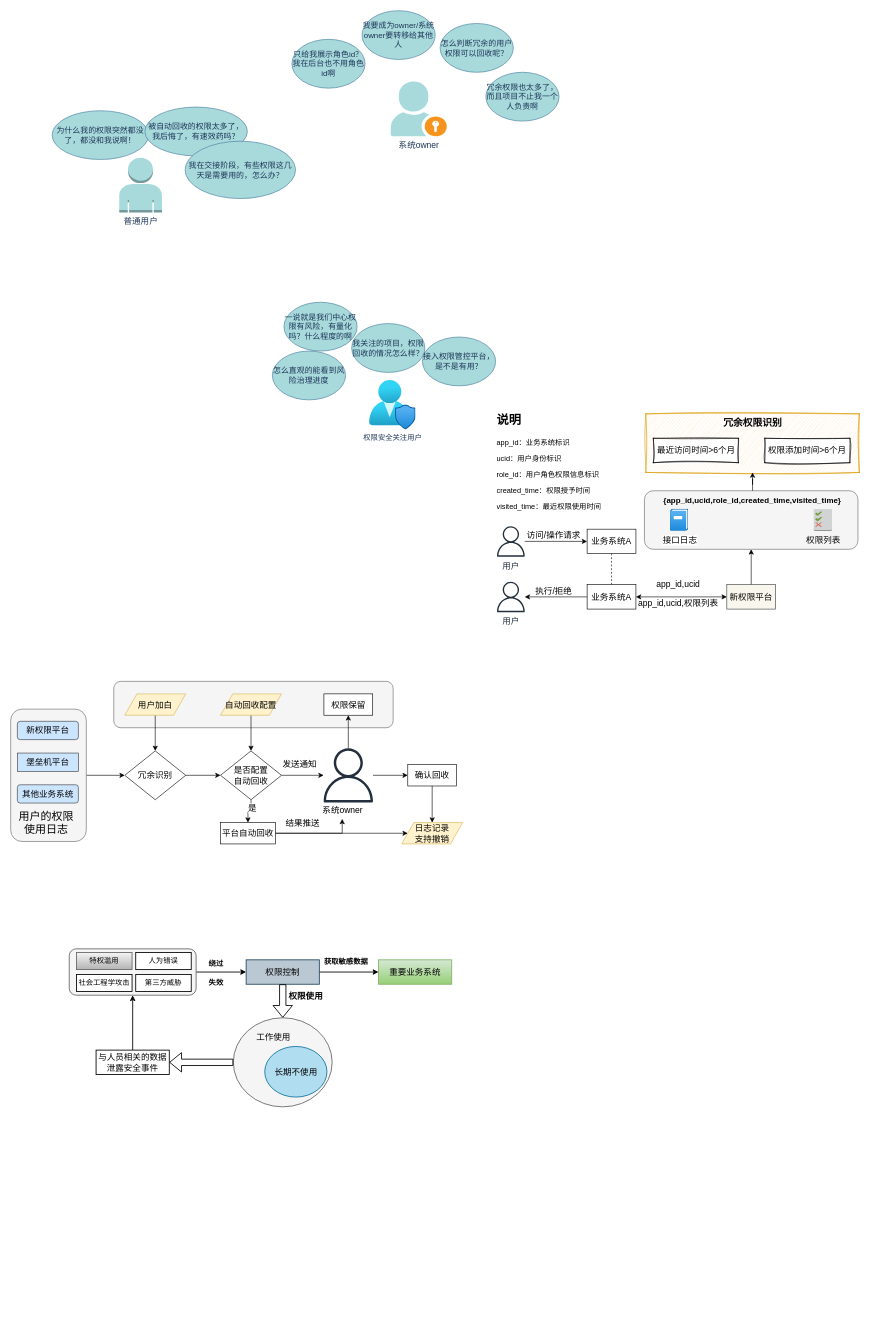
The draw.io diagram page "遇到的问题" (10 of 14) of 权限审计.drawio in zpxiao-ios/hello-world, before the edit. Source tidied: cells renumbered, new cells numbered last; positions are measured from the earlier drawing's top-left corner, leaving out a move shared by most shapes. Both pictures are drawn from the tidied source at 61%, with x=0, y=0 at pixel (10, 10).
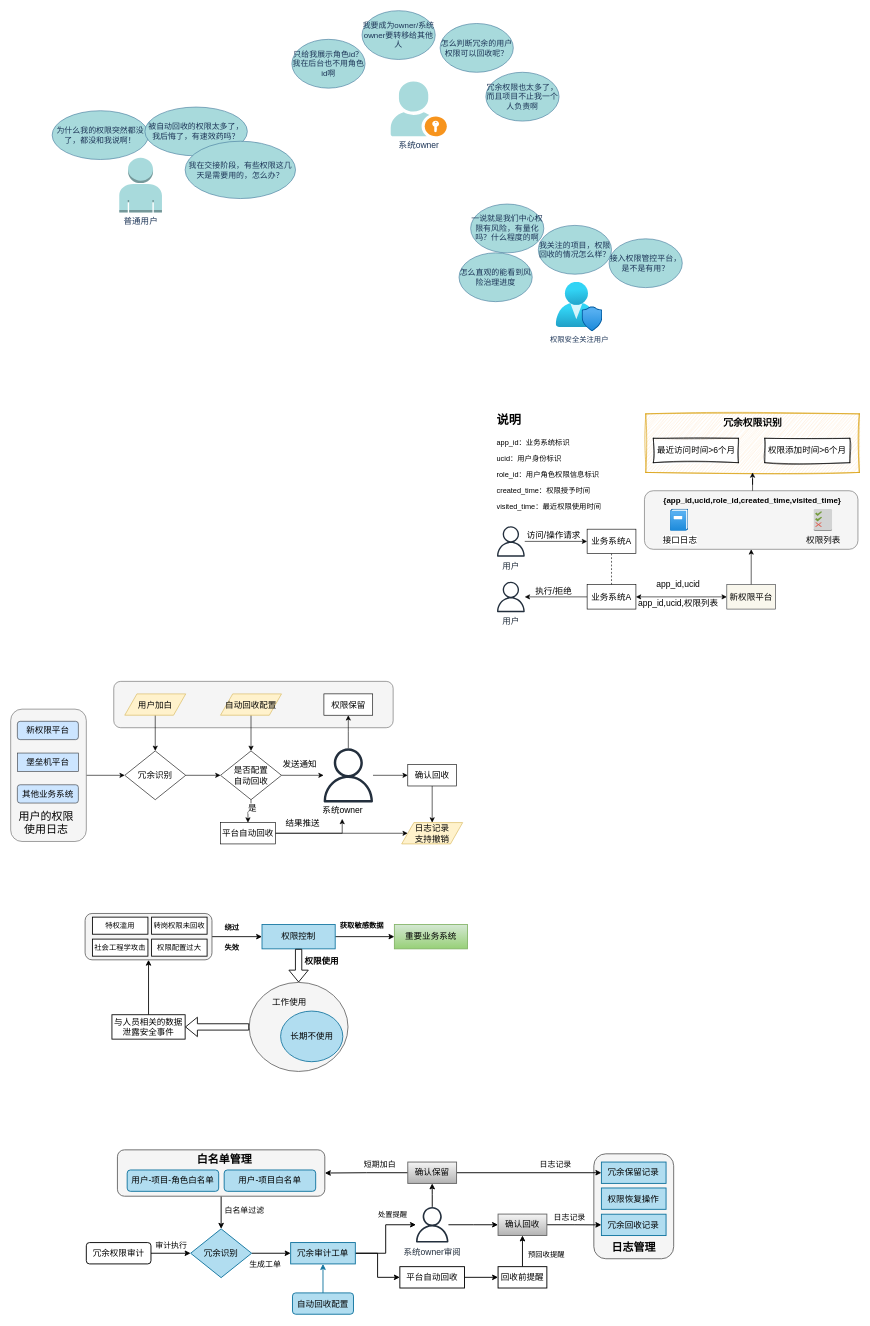
Above is the later version.

Commit message:
更新权限审计.drawio

The edit, as a diff of the source:
```diff
@@
+    <mxCell id="90" style="rounded=1;whiteSpace=wrap;html=1;fillColor=#f5f5f5;strokeColor=#666666;fontSize=14;strokeWidth=1.5;fontColor=#333333;" parent="1" vertex="1">
+      <mxGeometry x="956" y="1874" width="130.9" height="172" as="geometry" />
+    </mxCell>
@@
     <mxCell id="13" value="权限安全关注用户" style="image;html=1;align=center;fontSize=12;image=img/lib/azure2/management_governance/User_Privacy.svg;strokeColor=#457B9D;fontColor=#1D3557;fillColor=#A8DADC;labelBackgroundColor=none;" parent="1" vertex="1">
-      <mxGeometry x="588" y="606" width="76.2" height="81" as="geometry" />
+      <mxGeometry x="894" y="445" width="76.2" height="81" as="geometry" />
     </mxCell>
     <mxCell id="14" value="一说就是我们中心权限有风险，有量化吗？什么程度的啊" style="ellipse;whiteSpace=wrap;html=1;strokeColor=#457B9D;fontColor=#1D3557;fillColor=#A8DADC;fontSize=13;labelBackgroundColor=none;" parent="1" vertex="1">
-      <mxGeometry x="448" y="478" width="120" height="80" as="geometry" />
+      <mxGeometry x="754" y="317" width="120" height="80" as="geometry" />
     </mxCell>
     <mxCell id="15" value="怎么直观的能看到风险治理进度" style="ellipse;whiteSpace=wrap;html=1;strokeColor=#457B9D;fontColor=#1D3557;fillColor=#A8DADC;fontSize=13;labelBackgroundColor=none;" parent="1" vertex="1">
-      <mxGeometry x="429" y="558" width="120" height="80" as="geometry" />
+      <mxGeometry x="735" y="397" width="120" height="80" as="geometry" />
     </mxCell>
     <mxCell id="16" value="我关注的项目，权限回收的情况怎么样？" style="ellipse;whiteSpace=wrap;html=1;strokeColor=#457B9D;fontColor=#1D3557;fillColor=#A8DADC;fontSize=13;labelBackgroundColor=none;" parent="1" vertex="1">
-      <mxGeometry x="559" y="513" width="120" height="80" as="geometry" />
+      <mxGeometry x="865" y="352" width="120" height="80" as="geometry" />
     </mxCell>
     <mxCell id="17" value="接入权限管控平台，是不是有用？" style="ellipse;whiteSpace=wrap;html=1;strokeColor=#457B9D;fontColor=#1D3557;fillColor=#A8DADC;fontSize=13;labelBackgroundColor=none;" parent="1" vertex="1">
-      <mxGeometry x="675" y="535" width="120" height="80" as="geometry" />
+      <mxGeometry x="981" y="374" width="120" height="80" as="geometry" />
     </mxCell>
@@
     <mxCell id="47" style="ellipse;whiteSpace=wrap;html=1;strokeWidth=1.4;fontSize=14;fillColor=#f5f5f5;strokeColor=#666666;fontColor=#333333;" parent="1" vertex="1">
-      <mxGeometry x="365" y="1651" width="162" height="146" as="geometry" />
+      <mxGeometry x="391" y="1593" width="162" height="146" as="geometry" />
     </mxCell>
     <mxCell id="48" value="长期不使用" style="ellipse;whiteSpace=wrap;html=1;strokeWidth=1.4;fontSize=14;fillColor=#b1ddf0;strokeColor=#10739e;" parent="1" vertex="1">
-      <mxGeometry x="416.5" y="1698" width="102" height="83" as="geometry" />
+      <mxGeometry x="442.5" y="1640" width="102" height="83" as="geometry" />
     </mxCell>
     <mxCell id="49" value="工作使用" style="text;html=1;align=center;verticalAlign=middle;whiteSpace=wrap;rounded=0;strokeWidth=1.4;fontSize=14;" parent="1" vertex="1">
-      <mxGeometry x="401" y="1668" width="60" height="30" as="geometry" />
+      <mxGeometry x="427" y="1610" width="60" height="30" as="geometry" />
     </mxCell>
@@
     <mxCell id="51" value="与人员相关的数据泄露安全事件" style="rounded=0;whiteSpace=wrap;html=1;strokeWidth=1.4;fontSize=14;" parent="1" vertex="1">
-      <mxGeometry x="140" y="1704" width="120" height="40" as="geometry" />
+      <mxGeometry x="166" y="1646" width="120" height="40" as="geometry" />
     </mxCell>
@@
     <mxCell id="54" style="rounded=1;whiteSpace=wrap;html=1;fontSize=14;strokeWidth=1.4;fillColor=#f5f5f5;fontColor=#333333;strokeColor=#666666;" parent="1" vertex="1">
-      <mxGeometry x="96" y="1538" width="208" height="76" as="geometry" />
+      <mxGeometry x="122" y="1480" width="208" height="76" as="geometry" />
     </mxCell>
-    <mxCell id="55" value="特权滥用" style="rounded=0;whiteSpace=wrap;html=1;strokeWidth=1.4;fontSize=12;fillColor=#f5f5f5;gradientColor=#b3b3b3;strokeColor=#666666;" parent="1" vertex="1">
-      <mxGeometry x="108" y="1544" width="91" height="28" as="geometry" />
+    <mxCell id="55" value="特权滥用" style="rounded=0;whiteSpace=wrap;html=1;strokeWidth=1.4;fontSize=12;" parent="1" vertex="1">
+      <mxGeometry x="134" y="1486" width="91" height="28" as="geometry" />
     </mxCell>
-    <mxCell id="56" value="人为错误" style="rounded=0;whiteSpace=wrap;html=1;strokeWidth=1.4;fontSize=12;" parent="1" vertex="1">
-      <mxGeometry x="205" y="1544" width="91" height="28" as="geometry" />
+    <mxCell id="56" value="转岗权限未回收" style="rounded=0;whiteSpace=wrap;html=1;strokeWidth=1.4;fontSize=12;" parent="1" vertex="1">
+      <mxGeometry x="231" y="1486" width="91" height="28" as="geometry" />
     </mxCell>
     <mxCell id="57" value="社会工程学攻击" style="rounded=0;whiteSpace=wrap;html=1;strokeWidth=1.4;fontSize=12;" parent="1" vertex="1">
-      <mxGeometry x="108" y="1580" width="91" height="28" as="geometry" />
+      <mxGeometry x="134" y="1522" width="91" height="28" as="geometry" />
     </mxCell>
-    <mxCell id="58" value="第三方威胁" style="rounded=0;whiteSpace=wrap;html=1;strokeWidth=1.4;fontSize=12;" parent="1" vertex="1">
-      <mxGeometry x="205" y="1580" width="91" height="28" as="geometry" />
+    <mxCell id="58" value="权限配置过大" style="rounded=0;whiteSpace=wrap;html=1;strokeWidth=1.4;fontSize=12;" parent="1" vertex="1">
+      <mxGeometry x="231" y="1522" width="91" height="28" as="geometry" />
     </mxCell>
@@
-    <mxCell id="60" value="权限控制" style="rounded=0;whiteSpace=wrap;html=1;strokeWidth=1.4;fontSize=14;fillColor=#bac8d3;strokeColor=#23445d;" parent="1" vertex="1">
-      <mxGeometry x="386" y="1556" width="120" height="40" as="geometry" />
+    <mxCell id="60" value="权限控制" style="rounded=0;whiteSpace=wrap;html=1;strokeWidth=1.4;fontSize=14;fillColor=#b1ddf0;strokeColor=#10739e;" parent="1" vertex="1">
+      <mxGeometry x="412" y="1498" width="120" height="40" as="geometry" />
     </mxCell>
-    <mxCell id="61" value="重要业务系统" style="rounded=0;whiteSpace=wrap;html=1;strokeWidth=1.4;fontSize=14;fillColor=#d5e8d4;gradientColor=#97d077;strokeColor=#82b366;" parent="1" vertex="1">
-      <mxGeometry x="603" y="1556" width="120" height="40" as="geometry" />
+    <mxCell id="61" value="重要业务系统" style="rounded=0;whiteSpace=wrap;html=1;strokeWidth=1.4;fontSize=14;fillColor=#d5e8d4;strokeColor=#82b366;gradientColor=#97d077;" parent="1" vertex="1">
+      <mxGeometry x="629" y="1498" width="120" height="40" as="geometry" />
     </mxCell>
@@
     <mxCell id="63" value="权限使用" style="text;html=1;align=center;verticalAlign=middle;whiteSpace=wrap;rounded=0;strokeWidth=1.4;fontSize=14;fontStyle=1;" parent="1" vertex="1">
-      <mxGeometry x="454" y="1601" width="60" height="30" as="geometry" />
+      <mxGeometry x="480" y="1543" width="60" height="30" as="geometry" />
     </mxCell>
     <mxCell id="64" value="获取敏感数据" style="text;html=1;align=center;verticalAlign=middle;whiteSpace=wrap;rounded=0;fontStyle=1;" parent="1" vertex="1">
-      <mxGeometry x="509" y="1544" width="81.5" height="30" as="geometry" />
+      <mxGeometry x="535" y="1486" width="81.5" height="30" as="geometry" />
     </mxCell>
     <mxCell id="65" value="绕过" style="text;html=1;align=center;verticalAlign=middle;whiteSpace=wrap;rounded=0;fontStyle=1;" parent="1" vertex="1">
-      <mxGeometry x="296" y="1547" width="81.5" height="30" as="geometry" />
+      <mxGeometry x="322" y="1489" width="81.5" height="30" as="geometry" />
     </mxCell>
     <mxCell id="66" value="失效" style="text;html=1;align=center;verticalAlign=middle;whiteSpace=wrap;rounded=0;fontStyle=1;" parent="1" vertex="1">
-      <mxGeometry x="296" y="1579" width="81.5" height="30" as="geometry" />
+      <mxGeometry x="322" y="1521" width="81.5" height="30" as="geometry" />
     </mxCell>
@@
+    <mxCell id="91" style="edgeStyle=orthogonalEdgeStyle;rounded=0;jettySize=auto;html=1;entryX=0;entryY=0.5;entryDx=0;entryDy=0;fontSize=14;strokeWidth=1.5;" parent="1" edge="1" source="92" target="102">
+      <mxGeometry relative="1" as="geometry" />
+    </mxCell>
+    <mxCell id="92" value="冗余识别" style="rhombus;whiteSpace=wrap;html=1;fontSize=14;fillColor=#b1ddf0;strokeColor=#10739e;strokeWidth=1.5;" parent="1" vertex="1">
+      <mxGeometry x="295" y="1997" width="100" height="80" as="geometry" />
+    </mxCell>
+    <mxCell id="93" style="edgeStyle=orthogonalEdgeStyle;rounded=0;jettySize=auto;html=1;entryX=0;entryY=0.5;entryDx=0;entryDy=0;fontSize=14;strokeWidth=1.5;" parent="1" edge="1" source="94" target="92">
+      <mxGeometry relative="1" as="geometry" />
+    </mxCell>
+    <mxCell id="94" value="冗余权限审计" style="rounded=1;whiteSpace=wrap;html=1;fontSize=14;strokeWidth=1.5;" parent="1" vertex="1">
+      <mxGeometry x="124" y="2019.5" width="106" height="35" as="geometry" />
+    </mxCell>
+    <mxCell id="95" style="edgeStyle=orthogonalEdgeStyle;rounded=0;jettySize=auto;html=1;exitX=0.5;exitY=1;exitDx=0;exitDy=0;entryX=0.5;entryY=0;entryDx=0;entryDy=0;strokeWidth=1.5;" parent="1" edge="1" source="96" target="92">
+      <mxGeometry relative="1" as="geometry" />
+    </mxCell>
+    <mxCell id="96" style="rounded=1;whiteSpace=wrap;html=1;fontSize=14;fillColor=#f5f5f5;strokeColor=#666666;strokeWidth=1.5;fontColor=#333333;" parent="1" vertex="1">
+      <mxGeometry x="175" y="1867.5" width="340" height="76" as="geometry" />
+    </mxCell>
+    <mxCell id="97" value="&lt;font style=&quot;font-size: 18px;&quot;&gt;白名单管理&lt;/font&gt;" style="text;html=1;align=center;verticalAlign=middle;strokeColor=none;fillColor=none;fontSize=14;fontStyle=1;strokeWidth=1.5;" parent="1" vertex="1">
+      <mxGeometry x="296" y="1866.5" width="108" height="34" as="geometry" />
+    </mxCell>
+    <mxCell id="98" value="用户-项目白名单" style="rounded=1;whiteSpace=wrap;html=1;fontSize=14;strokeWidth=1.5;fillColor=#b1ddf0;strokeColor=#10739e;" parent="1" vertex="1">
+      <mxGeometry x="350" y="1900.5" width="150" height="35" as="geometry" />
+    </mxCell>
+    <mxCell id="99" value="用户-项目-角色白名单" style="rounded=1;whiteSpace=wrap;html=1;fontSize=14;strokeWidth=1.5;fillColor=#b1ddf0;strokeColor=#10739e;" parent="1" vertex="1">
+      <mxGeometry x="191" y="1900.5" width="150" height="35" as="geometry" />
+    </mxCell>
+    <mxCell id="100" style="edgeStyle=orthogonalEdgeStyle;rounded=0;jettySize=auto;html=1;entryX=0;entryY=0.5;entryDx=0;entryDy=0;fontSize=14;strokeWidth=1.5;" parent="1" edge="1" source="102" target="106">
+      <mxGeometry relative="1" as="geometry" />
+    </mxCell>
+    <mxCell id="101" style="edgeStyle=orthogonalEdgeStyle;rounded=0;jettySize=auto;html=1;fontSize=14;strokeWidth=1.5;" parent="1" edge="1" source="102" target="118">
+      <mxGeometry relative="1" as="geometry" />
+    </mxCell>
+    <mxCell id="102" value="冗余审计工单" style="rounded=0;whiteSpace=wrap;html=1;fontSize=14;fillColor=#b1ddf0;strokeColor=#10739e;strokeWidth=1.5;" parent="1" vertex="1">
+      <mxGeometry x="459" y="2019.5" width="106" height="35" as="geometry" />
+    </mxCell>
+    <mxCell id="103" style="edgeStyle=orthogonalEdgeStyle;rounded=0;jettySize=auto;html=1;entryX=0.5;entryY=1;entryDx=0;entryDy=0;fontSize=14;strokeWidth=1.5;fillColor=#b1ddf0;strokeColor=#10739e;" parent="1" edge="1" source="104" target="102">
+      <mxGeometry relative="1" as="geometry" />
+    </mxCell>
+    <mxCell id="104" value="自动回收配置" style="rounded=1;whiteSpace=wrap;html=1;fontSize=14;fillColor=#b1ddf0;strokeColor=#10739e;strokeWidth=1.5;" parent="1" vertex="1">
+      <mxGeometry x="462" y="2102" width="100" height="35" as="geometry" />
+    </mxCell>
+    <mxCell id="105" style="edgeStyle=orthogonalEdgeStyle;rounded=0;jettySize=auto;html=1;fontSize=14;strokeWidth=1.5;" parent="1" edge="1" source="106" target="120">
+      <mxGeometry relative="1" as="geometry" />
+    </mxCell>
+    <mxCell id="106" value="平台自动回收" style="rounded=0;whiteSpace=wrap;html=1;fontSize=14;strokeWidth=1.5;" parent="1" vertex="1">
+      <mxGeometry x="638" y="2059" width="106" height="35" as="geometry" />
+    </mxCell>
+    <mxCell id="107" style="edgeStyle=orthogonalEdgeStyle;rounded=0;jettySize=auto;html=1;entryX=0;entryY=0.5;entryDx=0;entryDy=0;fontSize=14;strokeWidth=1.5;" parent="1" edge="1" source="108" target="113">
+      <mxGeometry relative="1" as="geometry" />
+    </mxCell>
+    <mxCell id="108" value="确认回收" style="rounded=0;whiteSpace=wrap;html=1;fontSize=14;strokeWidth=1.5;fillColor=#f5f5f5;gradientColor=#b3b3b3;strokeColor=#666666;" parent="1" vertex="1">
+      <mxGeometry x="799" y="1972.8" width="80" height="35" as="geometry" />
+    </mxCell>
+    <mxCell id="109" style="edgeStyle=orthogonalEdgeStyle;rounded=0;jettySize=auto;html=1;entryX=1;entryY=0.5;entryDx=0;entryDy=0;fontSize=14;strokeWidth=1.5;" parent="1" edge="1" source="111" target="96">
+      <mxGeometry relative="1" as="geometry" />
+    </mxCell>
+    <mxCell id="110" style="edgeStyle=orthogonalEdgeStyle;rounded=0;jettySize=auto;html=1;entryX=0;entryY=0.5;entryDx=0;entryDy=0;fontSize=14;strokeWidth=1.5;" parent="1" edge="1" source="111" target="114">
+      <mxGeometry relative="1" as="geometry" />
+    </mxCell>
+    <mxCell id="111" value="确认保留" style="rounded=0;whiteSpace=wrap;html=1;fontSize=14;strokeWidth=1.5;fillColor=#f5f5f5;strokeColor=#666666;gradientColor=#b3b3b3;" parent="1" vertex="1">
+      <mxGeometry x="651" y="1887.5" width="80" height="35" as="geometry" />
+    </mxCell>
+    <mxCell id="112" value="&lt;font style=&quot;font-size: 18px;&quot;&gt;日志管理&lt;/font&gt;" style="text;html=1;align=center;verticalAlign=middle;strokeColor=none;fillColor=none;fontSize=18;fontStyle=1;strokeWidth=1.5;" parent="1" vertex="1">
+      <mxGeometry x="976.4" y="2011" width="90" height="34" as="geometry" />
+    </mxCell>
+    <mxCell id="113" value="冗余回收记录" style="rounded=0;whiteSpace=wrap;html=1;fontSize=14;strokeWidth=1.5;fillColor=#b1ddf0;strokeColor=#10739e;" parent="1" vertex="1">
+      <mxGeometry x="968.4" y="1973" width="106" height="35" as="geometry" />
+    </mxCell>
+    <mxCell id="114" value="冗余保留记录" style="rounded=0;whiteSpace=wrap;html=1;fontSize=14;strokeWidth=1.5;fillColor=#b1ddf0;strokeColor=#10739e;" parent="1" vertex="1">
+      <mxGeometry x="968.4" y="1887.5" width="106" height="35" as="geometry" />
+    </mxCell>
+    <mxCell id="115" value="权限恢复操作" style="rounded=0;whiteSpace=wrap;html=1;fontSize=14;strokeWidth=1.5;fillColor=#b1ddf0;strokeColor=#10739e;" parent="1" vertex="1">
+      <mxGeometry x="968.4" y="1930" width="106" height="35" as="geometry" />
+    </mxCell>
+    <mxCell id="116" style="edgeStyle=orthogonalEdgeStyle;rounded=0;jettySize=auto;html=1;entryX=0.5;entryY=1;entryDx=0;entryDy=0;fontSize=14;strokeWidth=1.5;" parent="1" edge="1" source="118" target="111">
+      <mxGeometry relative="1" as="geometry" />
+    </mxCell>
+    <mxCell id="117" style="edgeStyle=orthogonalEdgeStyle;rounded=0;jettySize=auto;html=1;entryX=0;entryY=0.5;entryDx=0;entryDy=0;fontSize=14;strokeWidth=1.5;" parent="1" edge="1" source="118" target="108">
+      <mxGeometry relative="1" as="geometry" />
+    </mxCell>
+    <mxCell id="118" value="系统owner审阅" style="sketch=0;outlineConnect=0;fontColor=#232F3E;gradientColor=none;fillColor=#232F3D;strokeColor=none;dashed=0;verticalLabelPosition=bottom;verticalAlign=top;align=center;html=1;fontSize=14;fontStyle=0;shape=mxgraph.aws4.user;strokeWidth=1.5;" parent="1" vertex="1">
+      <mxGeometry x="661.8" y="1961" width="58.5" height="58.5" as="geometry" />
+    </mxCell>
+    <mxCell id="119" style="edgeStyle=orthogonalEdgeStyle;rounded=0;jettySize=auto;html=1;entryX=0.5;entryY=1;entryDx=0;entryDy=0;fontSize=14;strokeWidth=1.5;" parent="1" edge="1" source="120" target="108">
+      <mxGeometry relative="1" as="geometry" />
+    </mxCell>
+    <mxCell id="120" value="回收前提醒" style="rounded=0;whiteSpace=wrap;html=1;fontSize=14;strokeWidth=1.5;" parent="1" vertex="1">
+      <mxGeometry x="799" y="2059" width="80" height="35" as="geometry" />
+    </mxCell>
+    <mxCell id="121" value="审计执行" style="text;html=1;align=center;verticalAlign=middle;strokeColor=none;fillColor=none;fontSize=13;strokeWidth=1.5;" parent="1" vertex="1">
+      <mxGeometry x="228" y="2010" width="70" height="28" as="geometry" />
+    </mxCell>
+    <mxCell id="122" value="白名单过滤" style="text;html=1;align=center;verticalAlign=middle;whiteSpace=wrap;rounded=0;fontSize=13;strokeWidth=1.5;" parent="1" vertex="1">
+      <mxGeometry x="344" y="1951" width="78.5" height="30" as="geometry" />
+    </mxCell>
+    <mxCell id="123" value="生成工单" style="text;html=1;align=center;verticalAlign=middle;whiteSpace=wrap;rounded=0;fontSize=13;strokeWidth=1.5;" parent="1" vertex="1">
+      <mxGeometry x="377.5" y="2040" width="78.5" height="30" as="geometry" />
+    </mxCell>
+    <mxCell id="124" value="预回收提醒" style="text;html=1;align=center;verticalAlign=middle;strokeColor=none;fillColor=none;strokeWidth=1.5;" parent="1" vertex="1">
+      <mxGeometry x="839" y="2026" width="78" height="26" as="geometry" />
+    </mxCell>
+    <mxCell id="125" value="日志记录" style="text;html=1;align=center;verticalAlign=middle;strokeColor=none;fillColor=none;fontSize=13;strokeWidth=1.5;" parent="1" vertex="1">
+      <mxGeometry x="858" y="1877" width="70" height="28" as="geometry" />
+    </mxCell>
+    <mxCell id="126" value="日志记录" style="text;html=1;align=center;verticalAlign=middle;strokeColor=none;fillColor=none;fontSize=13;strokeWidth=1.5;" parent="1" vertex="1">
+      <mxGeometry x="881" y="1964" width="70" height="28" as="geometry" />
+    </mxCell>
+    <mxCell id="127" value="短期加白" style="text;html=1;align=center;verticalAlign=middle;strokeColor=none;fillColor=none;fontSize=13;strokeWidth=1.5;" parent="1" vertex="1">
+      <mxGeometry x="570" y="1877" width="70" height="28" as="geometry" />
+    </mxCell>
+    <mxCell id="128" value="处置提醒" style="text;html=1;align=center;verticalAlign=middle;strokeColor=none;fillColor=none;strokeWidth=1.5;" parent="1" vertex="1">
+      <mxGeometry x="593.1" y="1961" width="66" height="26" as="geometry" />
+    </mxCell>
```
